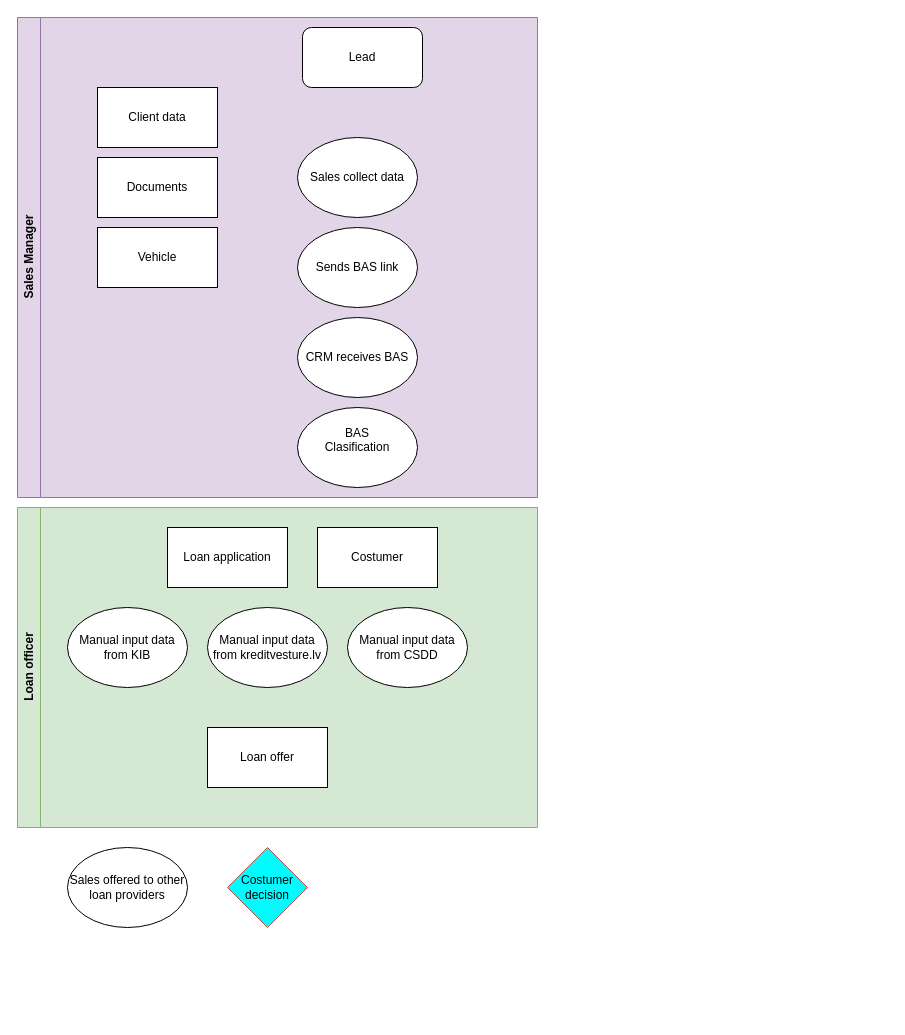
This is LZ99_Flow.drawio from LA-87/diagram, a draw.io file, before an edit. Source tidied: cells renumbered, new cells numbered last; positions are measured from the earlier drawing's top-left corner, leaving out a move shared by most shapes. Both pictures are drawn from the tidied source at 100%, with x=0, y=0 at pixel (17, 17).
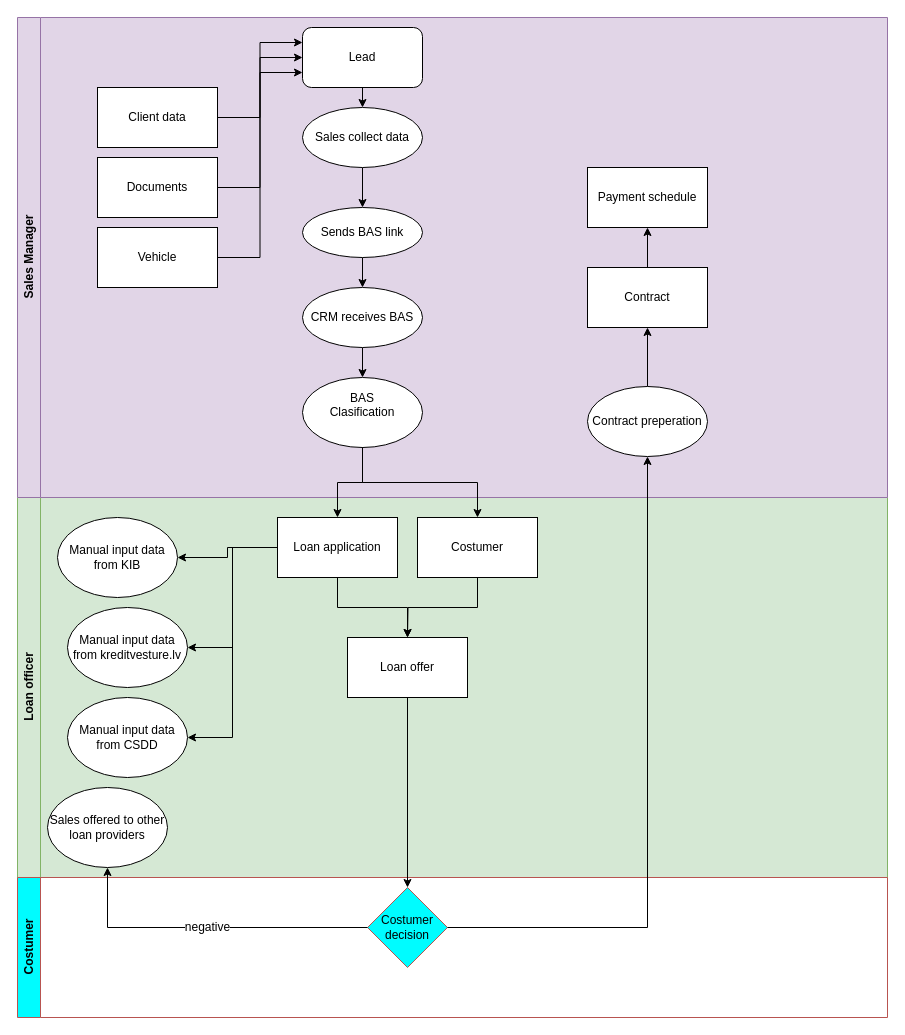
Above is the later version.

The change refers to these unchanged cells:
```xml
<mxCell id="10" value="Vehicle" style="rounded=0;whiteSpace=wrap;html=1;" parent="9" vertex="1">
  <mxGeometry x="80" y="210" width="120" height="60" as="geometry" />
</mxCell>
<mxCell id="11" value="&lt;div&gt;Client data&lt;/div&gt;" style="rounded=0;whiteSpace=wrap;html=1;" parent="9" vertex="1">
  <mxGeometry x="80" y="70" width="120" height="60" as="geometry" />
</mxCell>
<mxCell id="12" value="&lt;div&gt;Documents&lt;/div&gt;" style="rounded=0;whiteSpace=wrap;html=1;" parent="9" vertex="1">
  <mxGeometry x="80" y="140" width="120" height="60" as="geometry" />
</mxCell>
```

What changed in the source:
```diff
@@
     <mxCell id="2" value="&lt;div&gt;Loan officer&lt;/div&gt;" style="swimlane;horizontal=0;whiteSpace=wrap;html=1;fillColor=#D5E8D4;strokeColor=#82b366;swimlaneFillColor=#D5E8D4;" parent="1" vertex="1">
-      <mxGeometry y="490" width="520" height="320" as="geometry" />
+      <mxGeometry y="480" width="870" height="380" as="geometry" />
     </mxCell>
+    <mxCell id="20" style="edgeStyle=orthogonalEdgeStyle;rounded=0;jettySize=auto;html=1;fontFamily=Helvetica;fontSize=12;fontColor=default;startSize=23;" parent="2" edge="1" source="3" target="5">
+      <mxGeometry relative="1" as="geometry" />
+    </mxCell>
+    <mxCell id="21" style="edgeStyle=orthogonalEdgeStyle;rounded=0;jettySize=auto;html=1;entryX=0.5;entryY=0;entryDx=0;entryDy=0;fontFamily=Helvetica;fontSize=12;fontColor=default;startSize=23;" parent="2" edge="1" source="3" target="8">
+      <mxGeometry relative="1" as="geometry" />
+    </mxCell>
+    <mxCell id="22" style="edgeStyle=orthogonalEdgeStyle;rounded=0;jettySize=auto;html=1;entryX=1;entryY=0.5;entryDx=0;entryDy=0;fontFamily=Helvetica;fontSize=12;fontColor=default;startSize=23;" parent="2" edge="1" source="3" target="6">
+      <mxGeometry relative="1" as="geometry" />
+    </mxCell>
+    <mxCell id="23" style="edgeStyle=orthogonalEdgeStyle;rounded=0;jettySize=auto;html=1;entryX=1;entryY=0.5;entryDx=0;entryDy=0;fontFamily=Helvetica;fontSize=12;fontColor=default;startSize=23;" parent="2" edge="1" source="3" target="7">
+      <mxGeometry relative="1" as="geometry" />
+    </mxCell>
     <mxCell id="3" value="&lt;div&gt;Loan application&lt;/div&gt;" style="rounded=0;whiteSpace=wrap;html=1;" parent="2" vertex="1">
-      <mxGeometry x="150" y="20" width="120" height="60" as="geometry" />
+      <mxGeometry x="260" y="20" width="120" height="60" as="geometry" />
     </mxCell>
+    <mxCell id="24" style="edgeStyle=orthogonalEdgeStyle;rounded=0;jettySize=auto;html=1;fontFamily=Helvetica;fontSize=12;fontColor=default;startSize=23;exitX=0.5;exitY=1;exitDx=0;exitDy=0;" parent="2" edge="1" source="4">
+      <mxGeometry relative="1" as="geometry">
+        <mxPoint x="390" y="140" as="targetPoint" />
+      </mxGeometry>
+    </mxCell>
     <mxCell id="4" value="&lt;div&gt;Costumer&lt;/div&gt;" style="rounded=0;whiteSpace=wrap;html=1;" parent="2" vertex="1">
-      <mxGeometry x="300" y="20" width="120" height="60" as="geometry" />
+      <mxGeometry x="400" y="20" width="120" height="60" as="geometry" />
     </mxCell>
     <mxCell id="5" value="Manual input data from KIB" style="ellipse;whiteSpace=wrap;html=1;" parent="2" vertex="1">
-      <mxGeometry x="50" y="100" width="120" height="80" as="geometry" />
+      <mxGeometry x="40" y="20" width="120" height="80" as="geometry" />
     </mxCell>
     <mxCell id="6" value="Manual input data from kreditvesture.lv" style="ellipse;whiteSpace=wrap;html=1;" parent="2" vertex="1">
-      <mxGeometry x="190" y="100" width="120" height="80" as="geometry" />
+      <mxGeometry x="50" y="110" width="120" height="80" as="geometry" />
     </mxCell>
     <mxCell id="7" value="Manual input data from CSDD" style="ellipse;whiteSpace=wrap;html=1;" parent="2" vertex="1">
-      <mxGeometry x="330" y="100" width="120" height="80" as="geometry" />
+      <mxGeometry x="50" y="200" width="120" height="80" as="geometry" />
     </mxCell>
     <mxCell id="8" value="&lt;div&gt;Loan offer&lt;/div&gt;" style="rounded=0;whiteSpace=wrap;html=1;" parent="2" vertex="1">
-      <mxGeometry x="190" y="220" width="120" height="60" as="geometry" />
+      <mxGeometry x="330" y="140" width="120" height="60" as="geometry" />
     </mxCell>
+    <mxCell id="19" value="Sales offered to other loan providers" style="ellipse;whiteSpace=wrap;html=1;" parent="2" vertex="1">
+      <mxGeometry x="30" y="290" width="120" height="80" as="geometry" />
+    </mxCell>
     <mxCell id="9" value="&lt;div&gt;Sales Manager&lt;/div&gt;" style="swimlane;horizontal=0;whiteSpace=wrap;html=1;fillColor=#E1D5E7;strokeColor=#9673a6;swimlaneFillColor=#E1D5E7;" parent="1" vertex="1">
-      <mxGeometry width="520" height="480" as="geometry" />
+      <mxGeometry width="870" height="480" as="geometry" />
     </mxCell>
@@
-    <mxCell id="13" value="&lt;div&gt;Lead&lt;/div&gt;" style="rounded=1;whiteSpace=wrap;html=1;" parent="1" vertex="1">
-      <mxGeometry x="285" y="10" width="120" height="60" as="geometry" />
-    </mxCell>
+    <mxCell id="25" style="edgeStyle=orthogonalEdgeStyle;rounded=0;jettySize=auto;html=1;exitX=0.5;exitY=1;exitDx=0;exitDy=0;entryX=0.5;entryY=0;entryDx=0;entryDy=0;fontFamily=Helvetica;fontSize=12;fontColor=default;startSize=23;" parent="9" edge="1" source="14" target="15">
+      <mxGeometry relative="1" as="geometry" />
+    </mxCell>
-    <mxCell id="14" value="&lt;div&gt;Sales collect data&lt;/div&gt;" style="ellipse;whiteSpace=wrap;html=1;" parent="1" vertex="1">
-      <mxGeometry x="280" y="120" width="120" height="80" as="geometry" />
+    <mxCell id="14" value="&lt;div&gt;Sales collect data&lt;/div&gt;" style="ellipse;whiteSpace=wrap;html=1;" parent="9" vertex="1">
+      <mxGeometry x="285" y="90" width="120" height="60" as="geometry" />
     </mxCell>
+    <mxCell id="26" style="edgeStyle=orthogonalEdgeStyle;rounded=0;jettySize=auto;html=1;exitX=0.5;exitY=1;exitDx=0;exitDy=0;entryX=0.5;entryY=0;entryDx=0;entryDy=0;fontFamily=Helvetica;fontSize=12;fontColor=default;startSize=23;" parent="9" edge="1" source="15" target="16">
+      <mxGeometry relative="1" as="geometry" />
+    </mxCell>
-    <mxCell id="15" value="&lt;div&gt;Sends BAS link&lt;/div&gt;" style="ellipse;whiteSpace=wrap;html=1;" parent="1" vertex="1">
-      <mxGeometry x="280" y="210" width="120" height="80" as="geometry" />
+    <mxCell id="15" value="&lt;div&gt;Sends BAS link&lt;/div&gt;" style="ellipse;whiteSpace=wrap;html=1;" parent="9" vertex="1">
+      <mxGeometry x="285" y="190" width="120" height="50" as="geometry" />
     </mxCell>
+    <mxCell id="27" style="edgeStyle=orthogonalEdgeStyle;rounded=0;jettySize=auto;html=1;exitX=0.5;exitY=1;exitDx=0;exitDy=0;entryX=0.5;entryY=0;entryDx=0;entryDy=0;fontFamily=Helvetica;fontSize=12;fontColor=default;startSize=23;" parent="9" edge="1" source="16" target="17">
+      <mxGeometry relative="1" as="geometry" />
+    </mxCell>
-    <mxCell id="16" value="&lt;div&gt;CRM receives BAS&lt;/div&gt;" style="ellipse;whiteSpace=wrap;html=1;" parent="1" vertex="1">
-      <mxGeometry x="280" y="300" width="120" height="80" as="geometry" />
+    <mxCell id="16" value="&lt;div&gt;CRM receives BAS&lt;/div&gt;" style="ellipse;whiteSpace=wrap;html=1;" parent="9" vertex="1">
+      <mxGeometry x="285" y="270" width="120" height="60" as="geometry" />
     </mxCell>
-    <mxCell id="17" value="BAS&lt;div&gt;Clasification&lt;/div&gt;&lt;div&gt;&lt;br&gt;&lt;/div&gt;" style="ellipse;whiteSpace=wrap;html=1;" parent="1" vertex="1">
-      <mxGeometry x="280" y="390" width="120" height="80" as="geometry" />
+    <mxCell id="17" value="BAS&lt;div&gt;Clasification&lt;/div&gt;&lt;div&gt;&lt;br&gt;&lt;/div&gt;" style="ellipse;whiteSpace=wrap;html=1;" parent="9" vertex="1">
+      <mxGeometry x="285" y="360" width="120" height="70" as="geometry" />
     </mxCell>
+    <mxCell id="28" style="edgeStyle=orthogonalEdgeStyle;rounded=0;jettySize=auto;html=1;entryX=0.5;entryY=1;entryDx=0;entryDy=0;fontFamily=Helvetica;fontSize=12;fontColor=default;startSize=23;" parent="9" edge="1" source="29" target="31">
+      <mxGeometry relative="1" as="geometry" />
+    </mxCell>
+    <mxCell id="29" value="&lt;div&gt;Contract preperation&lt;/div&gt;" style="ellipse;whiteSpace=wrap;html=1;" parent="9" vertex="1">
+      <mxGeometry x="570" y="369" width="120" height="70" as="geometry" />
+    </mxCell>
+    <mxCell id="30" style="edgeStyle=orthogonalEdgeStyle;rounded=0;jettySize=auto;html=1;fontFamily=Helvetica;fontSize=12;fontColor=default;startSize=23;" parent="9" edge="1" source="31" target="32">
+      <mxGeometry relative="1" as="geometry" />
+    </mxCell>
+    <mxCell id="31" value="&lt;div&gt;Contract&lt;/div&gt;" style="rounded=0;whiteSpace=wrap;html=1;" parent="9" vertex="1">
+      <mxGeometry x="570" y="250" width="120" height="60" as="geometry" />
+    </mxCell>
+    <mxCell id="32" value="Payment schedule" style="rounded=0;whiteSpace=wrap;html=1;" parent="9" vertex="1">
+      <mxGeometry x="570" y="150" width="120" height="60" as="geometry" />
+    </mxCell>
+    <mxCell id="33" style="edgeStyle=orthogonalEdgeStyle;rounded=0;jettySize=auto;html=1;exitX=0.5;exitY=1;exitDx=0;exitDy=0;entryX=0.5;entryY=0;entryDx=0;entryDy=0;fontFamily=Helvetica;fontSize=12;fontColor=default;startSize=23;" parent="1" edge="1" source="13" target="14">
+      <mxGeometry relative="1" as="geometry" />
+    </mxCell>
+    <mxCell id="13" value="&lt;div&gt;Lead&lt;/div&gt;" style="rounded=1;whiteSpace=wrap;html=1;" parent="1" vertex="1">
+      <mxGeometry x="285" y="10" width="120" height="60" as="geometry" />
+    </mxCell>
+    <mxCell id="34" value="&lt;div&gt;Costumer&lt;/div&gt;" style="swimlane;horizontal=0;whiteSpace=wrap;html=1;strokeColor=#b85450;align=center;verticalAlign=middle;fontFamily=Helvetica;fontSize=12;fontColor=default;startSize=23;fillColor=#00fcff;" parent="1" vertex="1">
+      <mxGeometry y="860" width="870" height="140" as="geometry" />
+    </mxCell>
-    <mxCell id="18" value="Costumer decision" style="rhombus;whiteSpace=wrap;html=1;strokeColor=#b85450;align=center;verticalAlign=middle;fontFamily=Helvetica;fontSize=12;fontColor=default;startSize=23;fillColor=#00fcff;" parent="1" vertex="1">
-      <mxGeometry x="210" y="830" width="80" height="80" as="geometry" />
+    <mxCell id="18" value="Costumer decision" style="rhombus;whiteSpace=wrap;html=1;strokeColor=#b85450;align=center;verticalAlign=middle;fontFamily=Helvetica;fontSize=12;fontColor=default;startSize=23;fillColor=#00fcff;" parent="34" vertex="1">
+      <mxGeometry x="350" y="10" width="80" height="80" as="geometry" />
     </mxCell>
-    <mxCell id="19" value="Sales offered to other loan providers" style="ellipse;whiteSpace=wrap;html=1;" parent="1" vertex="1">
-      <mxGeometry x="50" y="830" width="120" height="80" as="geometry" />
-    </mxCell>
+    <mxCell id="35" style="edgeStyle=orthogonalEdgeStyle;rounded=0;jettySize=auto;html=1;exitX=1;exitY=0.5;exitDx=0;exitDy=0;fontFamily=Helvetica;fontSize=12;fontColor=default;startSize=23;" parent="1" edge="1" source="11" target="13">
+      <mxGeometry relative="1" as="geometry" />
+    </mxCell>
+    <mxCell id="36" style="edgeStyle=orthogonalEdgeStyle;rounded=0;jettySize=auto;html=1;exitX=1;exitY=0.5;exitDx=0;exitDy=0;entryX=0;entryY=0.75;entryDx=0;entryDy=0;fontFamily=Helvetica;fontSize=12;fontColor=default;startSize=23;" parent="1" edge="1" source="12" target="13">
+      <mxGeometry relative="1" as="geometry" />
+    </mxCell>
+    <mxCell id="37" style="edgeStyle=orthogonalEdgeStyle;rounded=0;jettySize=auto;html=1;entryX=0;entryY=0.25;entryDx=0;entryDy=0;fontFamily=Helvetica;fontSize=12;fontColor=default;startSize=23;" parent="1" edge="1" source="10" target="13">
+      <mxGeometry relative="1" as="geometry" />
+    </mxCell>
+    <mxCell id="38" style="edgeStyle=orthogonalEdgeStyle;rounded=0;jettySize=auto;html=1;exitX=0.5;exitY=1;exitDx=0;exitDy=0;fontFamily=Helvetica;fontSize=12;fontColor=default;startSize=23;" parent="1" edge="1" source="17" target="3">
+      <mxGeometry relative="1" as="geometry" />
+    </mxCell>
+    <mxCell id="39" style="edgeStyle=orthogonalEdgeStyle;rounded=0;jettySize=auto;html=1;fontFamily=Helvetica;fontSize=12;fontColor=default;startSize=23;" parent="1" edge="1" source="17" target="4">
+      <mxGeometry relative="1" as="geometry" />
+    </mxCell>
+    <mxCell id="40" style="edgeStyle=orthogonalEdgeStyle;rounded=0;jettySize=auto;html=1;entryX=0.5;entryY=0;entryDx=0;entryDy=0;fontFamily=Helvetica;fontSize=12;fontColor=default;startSize=23;" parent="1" edge="1" source="8" target="18">
+      <mxGeometry relative="1" as="geometry" />
+    </mxCell>
+    <mxCell id="41" value="&lt;div&gt;negative&lt;/div&gt;" style="edgeStyle=orthogonalEdgeStyle;rounded=0;jettySize=auto;html=1;entryX=0.5;entryY=1;entryDx=0;entryDy=0;fontFamily=Helvetica;fontSize=12;fontColor=default;startSize=23;" parent="1" edge="1" source="18" target="19">
+      <mxGeometry relative="1" as="geometry" />
+    </mxCell>
+    <mxCell id="42" style="edgeStyle=orthogonalEdgeStyle;rounded=0;jettySize=auto;html=1;entryX=0.5;entryY=1;entryDx=0;entryDy=0;fontFamily=Helvetica;fontSize=12;fontColor=default;startSize=23;" parent="1" edge="1" source="18" target="29">
+      <mxGeometry relative="1" as="geometry" />
+    </mxCell>
```
